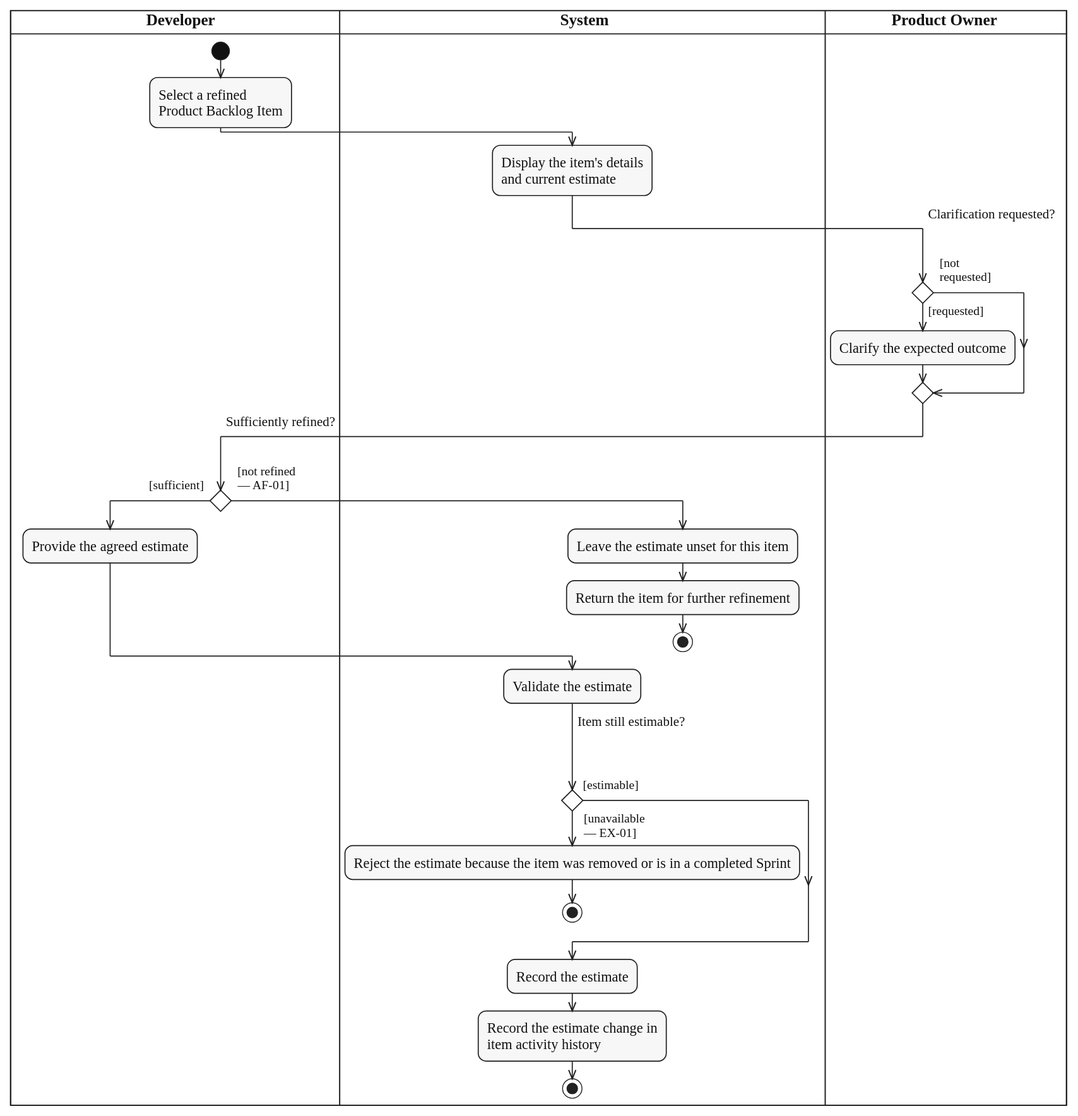
The PlantUML diagram diagrams/activity/product-backlog/svg/UC-BACKLOG-ITEM-ESTIMATE.svg in lukenab/swd392-doc-automation, before a commit. Its source is kept beside it as diagrams/activity/product-backlog/source/UC-BACKLOG-ITEM-ESTIMATE.puml.
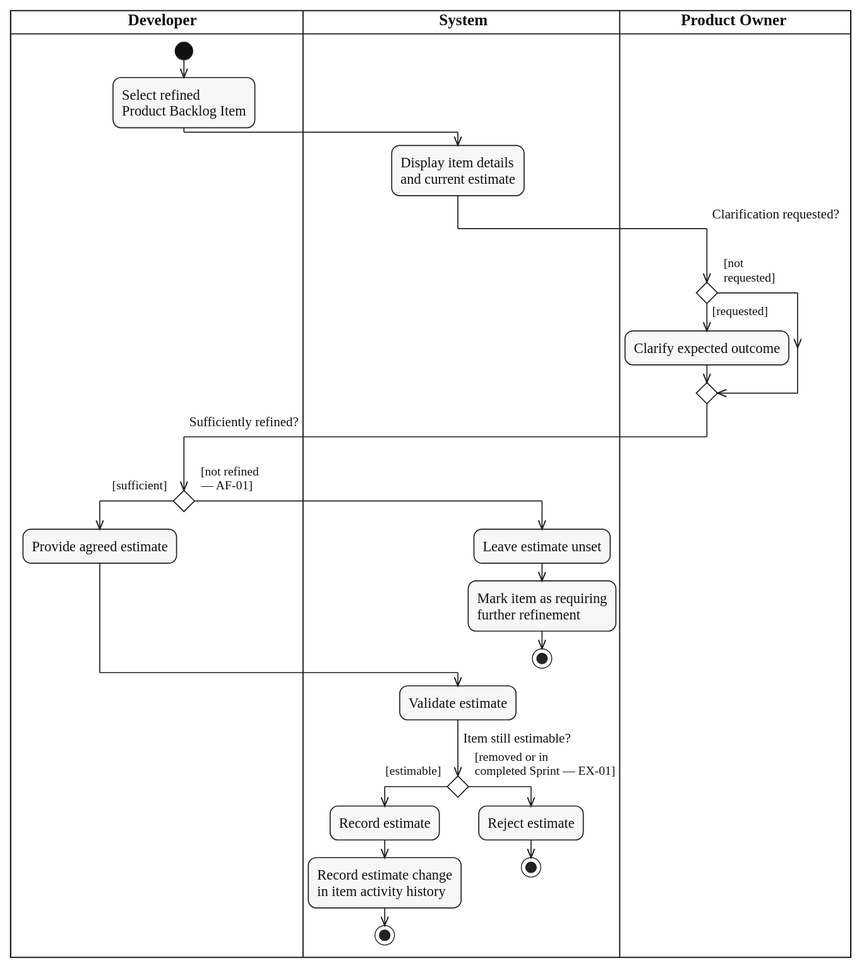
After the change.

The edit, as a diff of the source:
```diff
@@ -7,34 +7,36 @@
 
 |DEV|
 start
-:Select a refined
+:Select refined
 Product Backlog Item;
 |SYS|
-:Display the item's details
+:Display item details
 and current estimate;
 |PRO|
 if ($question_x("Clarification requested?")) then ($guard_left("[requested]"))
-  :Clarify the expected outcome;
+  :Clarify expected outcome;
 else ($guard_right("[not", "requested]"))
 endif
 |DEV|
 if ($question_x("Sufficiently refined?")) then ($guard_left("[sufficient]"))
-  :Provide the agreed estimate;
+  :Provide agreed estimate;
 else ($guard_right("[not refined", "— AF-01]"))
   |SYS|
-  :Leave the estimate unset for this item;
-  :Return the item for further refinement;
+  :Leave estimate unset;
+  :Mark item as requiring
+  further refinement;
   stop
 endif
 |SYS|
-:Validate the estimate;
-if ($question_x("Item still estimable?")) then ($guard_left("[estimable]"))
-else ($guard_right("[unavailable", "— EX-01]"))
-  :Reject the estimate because the item was removed or is in a completed Sprint;
+:Validate estimate;
+if ($question("Item still estimable?")) then ($guard_left("[estimable]"))
+  :Record estimate;
+  :Record estimate change
+  in item activity history;
+  stop
+else ($guard_right("[removed or in", "completed Sprint — EX-01]"))
+  |SYS|
+  :Reject estimate;
   stop
 endif
-:Record the estimate;
-:Record the estimate change in
-item activity history;
-stop
 @enduml
```
